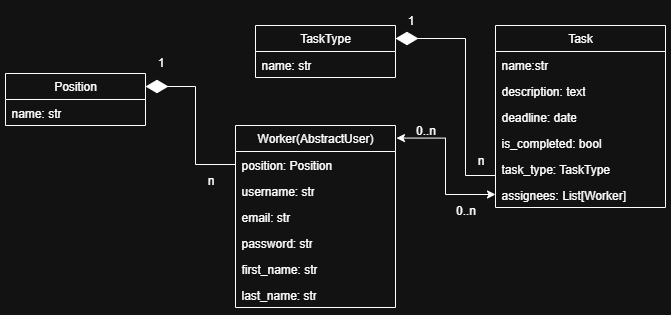
Earlier version of the draw.io export docs/database_schema.png (rpk6432/it-company-task-manager). Source tidied: cells renumbered, new cells last; positions are measured from the earlier drawing's top-left corner, leaving out a move shared by most shapes.
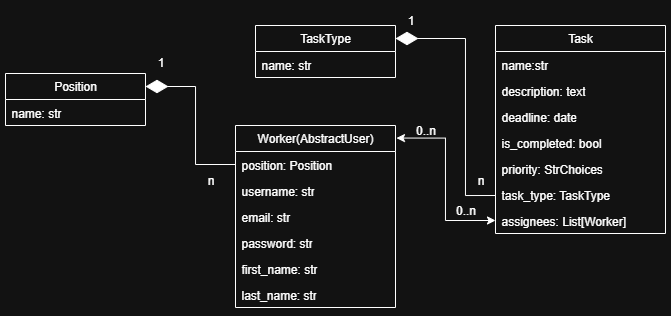
Above is the later version.

Commit message:
docs: update database schema screenshot

Change to the diagram source:
```diff
@@ -15,7 +15,7 @@
       <mxGeometry y="26" width="140" height="26" as="geometry" />
     </mxCell>
     <mxCell id="6" value="Task" style="swimlane;fontStyle=0;horizontal=1;startSize=26;fillColor=none;whiteSpace=wrap;html=1;" parent="1" vertex="1">
-      <mxGeometry x="490" y="20" width="170" height="182" as="geometry" />
+      <mxGeometry x="490" y="20" width="170" height="208" as="geometry" />
     </mxCell>
     <mxCell id="7" value="name:str&lt;div&gt;&lt;br&gt;&lt;/div&gt;" style="text;strokeColor=none;fillColor=none;align=left;verticalAlign=top;spacingLeft=4;spacingRight=4;overflow=hidden;whiteSpace=wrap;html=1;" parent="6" vertex="1">
       <mxGeometry y="26" width="170" height="26" as="geometry" />
@@ -29,11 +29,14 @@
     <mxCell id="10" value="&lt;div&gt;is_completed: bool&lt;/div&gt;&lt;div&gt;&lt;br&gt;&lt;/div&gt;" style="text;strokeColor=none;fillColor=none;align=left;verticalAlign=top;spacingLeft=4;spacingRight=4;overflow=hidden;whiteSpace=wrap;html=1;" parent="6" vertex="1">
       <mxGeometry y="104" width="170" height="26" as="geometry" />
     </mxCell>
+    <mxCell id="29" value="priority: StrChoices" style="text;strokeColor=none;fillColor=none;align=left;verticalAlign=top;spacingLeft=4;spacingRight=4;overflow=hidden;whiteSpace=wrap;html=1;" parent="6" vertex="1">
+      <mxGeometry y="130" width="170" height="26" as="geometry" />
+    </mxCell>
     <mxCell id="11" value="&lt;div&gt;task_type: TaskType&lt;/div&gt;&lt;div&gt;&lt;br&gt;&lt;/div&gt;" style="text;strokeColor=none;fillColor=none;align=left;verticalAlign=top;spacingLeft=4;spacingRight=4;overflow=hidden;points=[[0,0.5],[1,0.5]];portConstraint=eastwest;whiteSpace=wrap;html=1;" parent="6" vertex="1">
-      <mxGeometry y="130" width="170" height="26" as="geometry" />
+      <mxGeometry y="156" width="170" height="26" as="geometry" />
     </mxCell>
     <mxCell id="12" value="assignees: List[Worker]" style="text;strokeColor=none;fillColor=none;align=left;verticalAlign=top;spacingLeft=4;spacingRight=4;overflow=hidden;points=[[0,0.5],[1,0.5]];portConstraint=eastwest;whiteSpace=wrap;html=1;" parent="6" vertex="1">
-      <mxGeometry y="156" width="170" height="26" as="geometry" />
+      <mxGeometry y="182" width="170" height="26" as="geometry" />
     </mxCell>
     <mxCell id="13" value="Worker(AbstractUser)" style="swimlane;fontStyle=0;horizontal=1;startSize=26;fillColor=none;whiteSpace=wrap;html=1;" parent="1" vertex="1">
       <mxGeometry x="230" y="120" width="160" height="182" as="geometry" />
@@ -65,10 +68,12 @@
     <mxCell id="22" value="0..n" style="text;html=1;align=center;verticalAlign=middle;strokeColor=none;fillColor=none;" parent="1" vertex="1">
       <mxGeometry x="400" y="110" width="40" height="30" as="geometry" />
     </mxCell>
-    <mxCell id="23" style="edgeStyle=orthogonalEdgeStyle;rounded=0;jettySize=auto;html=1;entryX=1;entryY=0.25;entryDx=0;entryDy=0;endArrow=diamondThin;endFill=1;strokeWidth=1;endSize=20;" parent="1" edge="1" source="11" target="2">
+    <mxCell id="23" style="edgeStyle=orthogonalEdgeStyle;rounded=0;jettySize=auto;html=1;entryX=1;entryY=0.25;entryDx=0;entryDy=0;endArrow=diamondThin;endFill=1;strokeWidth=1;endSize=20;" parent="1" edge="1" target="2">
       <mxGeometry relative="1" as="geometry">
+        <mxPoint x="490" y="190" as="sourcePoint" />
         <Array as="points">
-          <mxPoint x="460" y="170" />
+          <mxPoint x="489" y="190" />
+          <mxPoint x="460" y="190" />
           <mxPoint x="460" y="33" />
         </Array>
       </mxGeometry>
@@ -77,7 +82,7 @@
       <mxGeometry x="390" width="30" height="30" as="geometry" />
     </mxCell>
     <mxCell id="25" value="n" style="text;html=1;align=center;verticalAlign=middle;strokeColor=none;fillColor=none;" parent="1" vertex="1">
-      <mxGeometry x="460" y="140" width="30" height="30" as="geometry" />
+      <mxGeometry x="460" y="160" width="30" height="30" as="geometry" />
     </mxCell>
     <mxCell id="26" style="edgeStyle=orthogonalEdgeStyle;rounded=0;jettySize=auto;html=1;entryX=1;entryY=0.25;entryDx=0;entryDy=0;endArrow=diamondThin;endFill=1;endSize=20;" parent="1" edge="1" source="14" target="4">
       <mxGeometry relative="1" as="geometry" />
```
